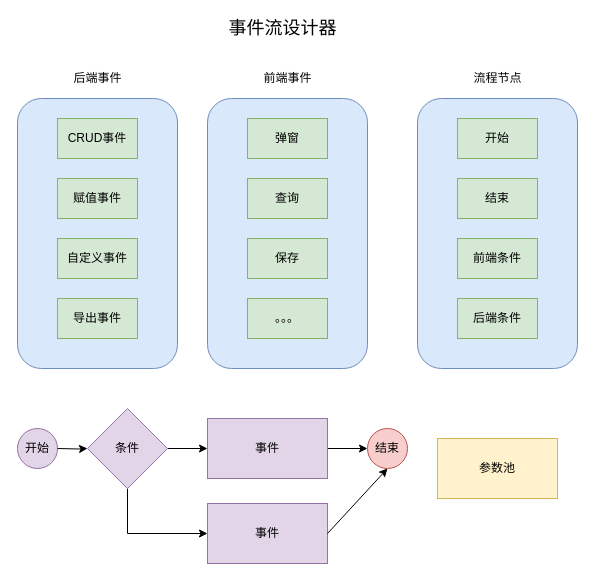
Above: page "事件流设计器" (1 of 2) of eventEngine.drawio in eru97/draw-io (draw.io), before the change. Source tidied: cells renumbered, new cells numbered last; positions are measured from the earlier drawing's top-left corner, leaving out a move shared by most shapes. Both pictures are drawn from the tidied source at 100%, with x=0, y=0 at pixel (17, 18).
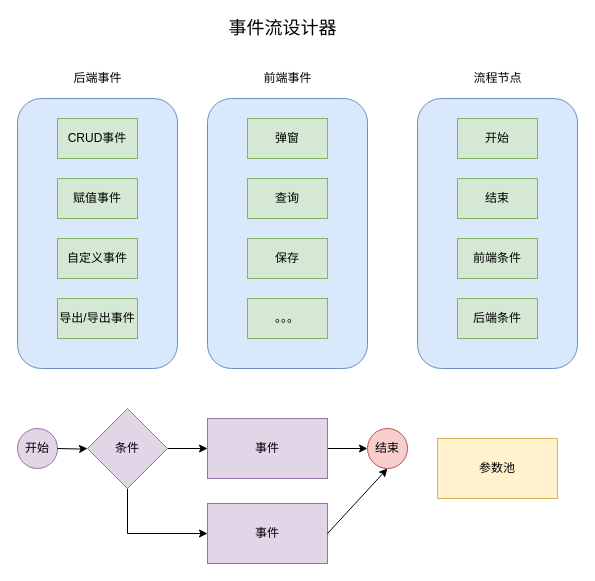
The same diagram, later.

Change to the diagram source:
```diff
@@
-    <mxCell id="7" value="导出事件" style="whiteSpace=wrap;html=1;fillColor=#d5e8d4;strokeColor=#82b366;" parent="1" vertex="1">
+    <mxCell id="7" value="导出/导出事件" style="whiteSpace=wrap;html=1;fillColor=#d5e8d4;strokeColor=#82b366;" parent="1" vertex="1">
       <mxGeometry x="40" y="280" width="80" height="40" as="geometry" />
     </mxCell>
```
